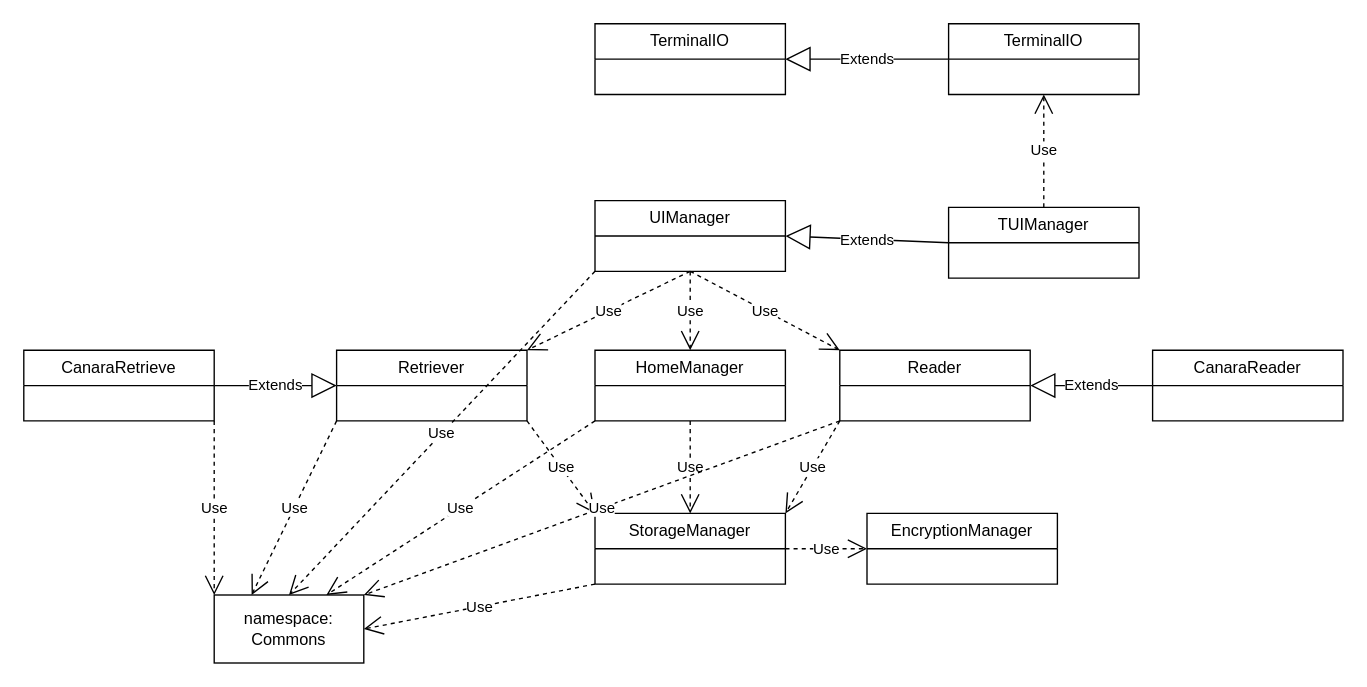
Above: page "Class_Diagram" (3 of 3) of doc/unified_dia_doc.drawio in nofea/home-financials (draw.io), before the change. Source tidied: cells renumbered, new cells numbered last; positions are measured from the earlier drawing's top-left corner, leaving out a move shared by most shapes. Both pictures are drawn from the tidied source at 136%, with x=0, y=0 at pixel (23, 23).
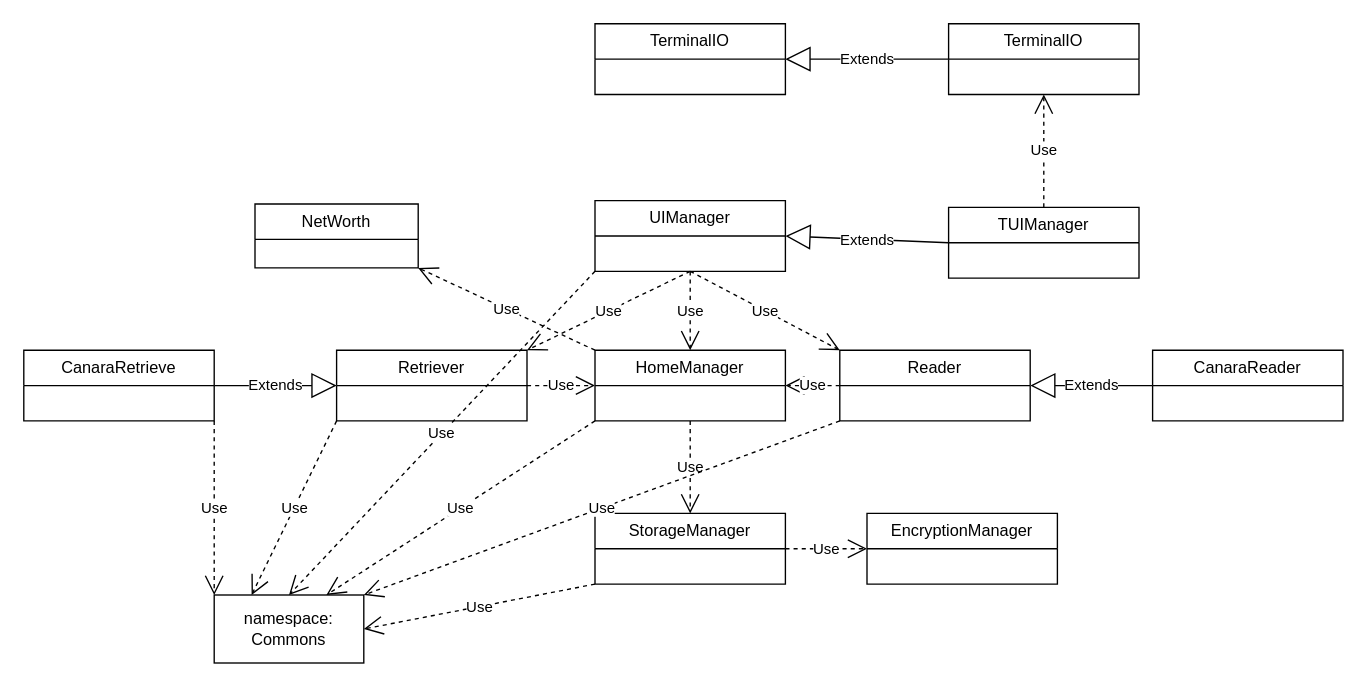
The same page after the edit.

Unchanged cells that the change refers to:
```xml
<mxCell id="2" value="HomeManager" style="swimlane;fontStyle=0;horizontal=1;startSize=26;fillColor=none;whiteSpace=wrap;html=1;" parent="1" vertex="1">
  <mxGeometry x="420" y="240" width="140" height="52" as="geometry" />
</mxCell>
<mxCell id="4" value="Reader" style="swimlane;fontStyle=0;horizontal=1;startSize=26;fillColor=none;whiteSpace=wrap;html=1;" parent="1" vertex="1">
  <mxGeometry x="600" y="240" width="140" height="52" as="geometry" />
</mxCell>
<mxCell id="5" value="Retriever" style="swimlane;fontStyle=0;horizontal=1;startSize=26;fillColor=none;whiteSpace=wrap;html=1;" parent="1" vertex="1">
  <mxGeometry x="230" y="240" width="140" height="52" as="geometry" />
</mxCell>
<mxCell id="6" value="StorageManager" style="swimlane;fontStyle=0;horizontal=1;startSize=26;fillColor=none;whiteSpace=wrap;html=1;" parent="1" vertex="1">
  <mxGeometry x="420" y="360" width="140" height="52" as="geometry" />
</mxCell>
```

The edit, as a diff of the source:
```diff
@@
-    <mxCell id="12" value="Use" style="endArrow=open;endSize=12;dashed=1;html=1;rounded=0;exitX=1;exitY=1;exitDx=0;exitDy=0;entryX=0;entryY=0;entryDx=0;entryDy=0;" parent="1" edge="1" source="5" target="6">
+    <mxCell id="12" value="Use" style="endArrow=open;endSize=12;dashed=1;html=1;rounded=0;exitX=1;exitY=0.5;exitDx=0;exitDy=0;entryX=0;entryY=0.5;entryDx=0;entryDy=0;" parent="1" edge="1" source="5" target="2">
       <mxGeometry relative="1" as="geometry" />
     </mxCell>
-    <mxCell id="13" value="Use" style="endArrow=open;endSize=12;dashed=1;html=1;rounded=0;exitX=0;exitY=1;exitDx=0;exitDy=0;entryX=1;entryY=0;entryDx=0;entryDy=0;" parent="1" edge="1" source="4" target="6">
+    <mxCell id="13" value="Use" style="endArrow=open;endSize=12;dashed=1;html=1;rounded=0;exitX=0;exitY=0.5;exitDx=0;exitDy=0;entryX=1;entryY=0.5;entryDx=0;entryDy=0;" parent="1" edge="1" source="4" target="2">
       <mxGeometry relative="1" as="geometry" />
     </mxCell>
@@
+    <mxCell id="32" value="NetWorth" style="swimlane;fontStyle=0;horizontal=1;startSize=26;fillColor=none;whiteSpace=wrap;html=1;" parent="1" vertex="1">
+      <mxGeometry x="170" y="132.5" width="120" height="47" as="geometry" />
+    </mxCell>
+    <mxCell id="33" value="Use" style="endArrow=open;endSize=12;dashed=1;html=1;entryX=1;entryY=1;entryDx=0;entryDy=0;exitX=0;exitY=0;exitDx=0;exitDy=0;" parent="1" edge="1" source="2" target="32">
+      <mxGeometry relative="1" as="geometry" />
+    </mxCell>
```
